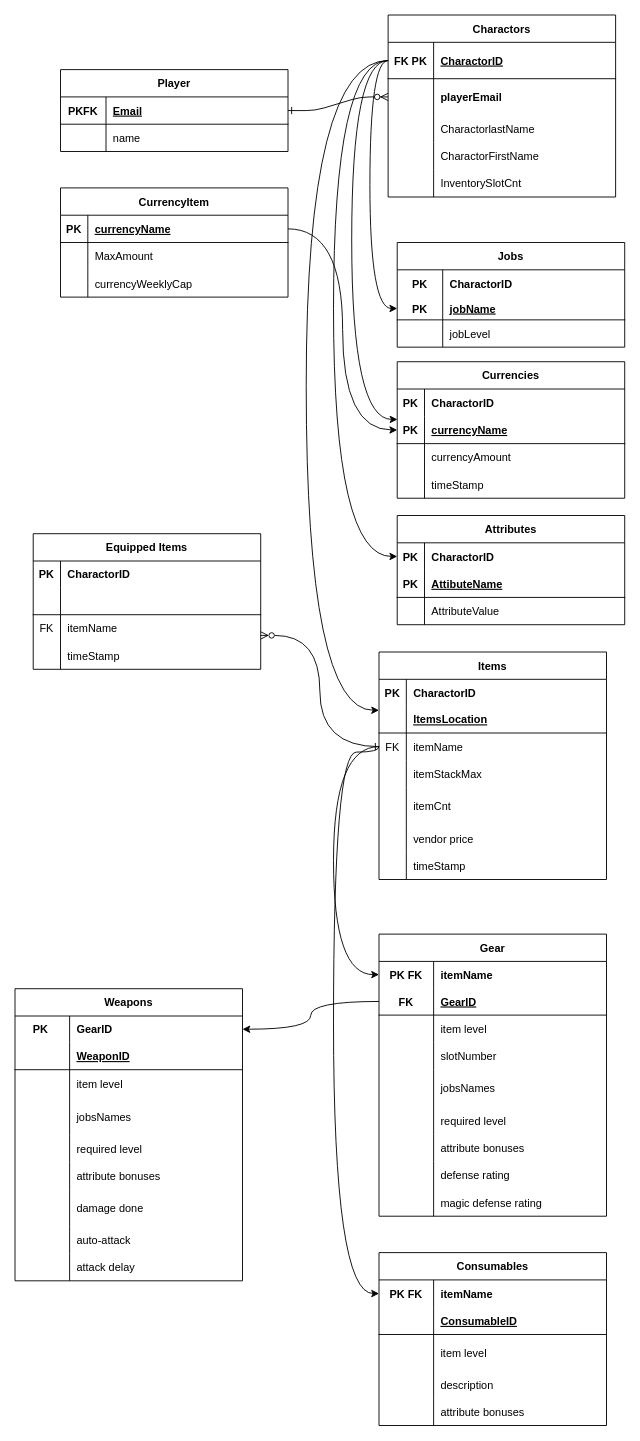
Earlier version of the draw.io diagram HWUntitled Diagram.drawio (ifffShang/5800-hw2). Source tidied: cells renumbered, new cells numbered last; positions are measured from the earlier drawing's top-left corner, leaving out a move shared by most shapes. Both pictures are drawn from the tidied source at 91%, with x=0, y=0 at pixel (15, 15).
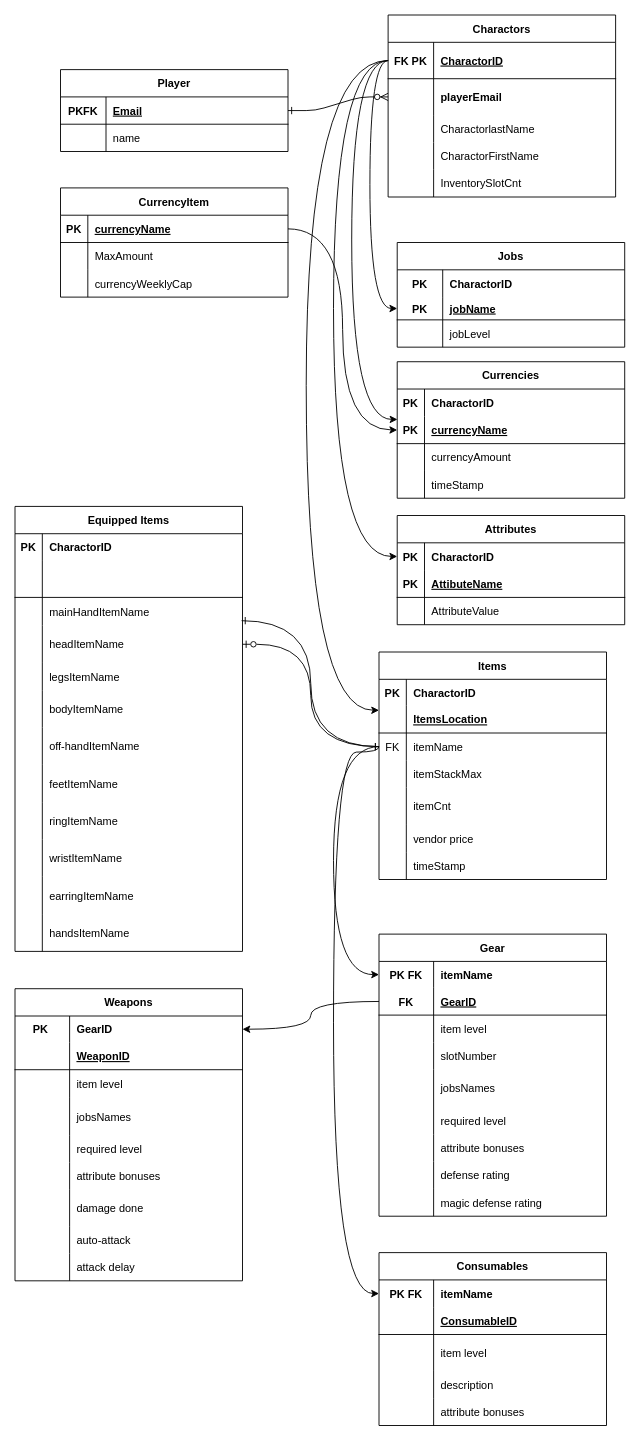
The same diagram, later.

The change refers to these unchanged cells:
```xml
<mxCell id="9" style="shape=partialRectangle;fillColor=none;points=[[0,0.5],[1,0.5]];portConstraint=eastwest;top=0;left=0;right=0;bottom=0;" parent="2" vertex="1">
  <mxGeometry y="89" width="250" height="30" as="geometry" />
</mxCell>
<mxCell id="26" style="shape=partialRectangle;fillColor=none;points=[[0,0.5],[1,0.5]];portConstraint=eastwest;top=0;left=0;right=0;bottom=1;" parent="25" vertex="1">
  <mxGeometry y="30" width="250" height="40" as="geometry" />
</mxCell>
```

Diff of the diagram source:
```diff
@@
-    <mxCell id="160" style="edgeStyle=orthogonalEdgeStyle;rounded=0;jettySize=auto;html=1;exitX=1;exitY=0.75;exitDx=0;exitDy=0;entryX=0;entryY=0.5;entryDx=0;entryDy=0;curved=1;endArrow=ERone;endFill=0;startArrow=ERzeroToMany;startFill=0;" parent="1" edge="1" source="161" target="9">
+    <mxCell id="160" style="edgeStyle=orthogonalEdgeStyle;rounded=0;jettySize=auto;html=1;exitX=0.996;exitY=0.824;exitDx=0;exitDy=0;entryX=0;entryY=0.5;entryDx=0;entryDy=0;curved=1;endArrow=ERone;endFill=0;startArrow=ERone;startFill=0;exitPerimeter=0;" parent="1" edge="1" source="168" target="9">
       <mxGeometry relative="1" as="geometry" />
     </mxCell>
+    <mxCell id="174" value="Attributes" style="shape=table;startSize=30;childLayout=tableLayout;rowLines=0;fontStyle=1;align=center;" parent="1" vertex="1">
+      <mxGeometry x="420" y="550" width="250" height="120" as="geometry" />
+    </mxCell>
+    <mxCell id="175" style="shape=partialRectangle;fillColor=none;points=[[0,0.5],[1,0.5]];portConstraint=eastwest;top=0;left=0;right=0;bottom=0;fontStyle=1;" parent="174" vertex="1">
+      <mxGeometry y="30" width="250" height="30" as="geometry" />
+    </mxCell>
+    <mxCell id="176" value="PK" style="shape=partialRectangle;overflow=hidden;fillColor=none;top=0;left=0;bottom=0;right=0;fontStyle=1;" parent="175" vertex="1">
+      <mxGeometry width="30" height="30" as="geometry" />
+    </mxCell>
+    <mxCell id="177" value="CharactorID" style="shape=partialRectangle;overflow=hidden;fillColor=none;top=0;left=0;bottom=0;right=0;align=left;spacingLeft=6;fontStyle=1;" parent="175" vertex="1">
+      <mxGeometry x="30" width="220" height="30" as="geometry" />
+    </mxCell>
+    <mxCell id="178" style="shape=partialRectangle;fillColor=none;top=0;left=0;right=0;bottom=1;" parent="174" vertex="1">
+      <mxGeometry y="60" width="250" height="30" as="geometry" />
+    </mxCell>
+    <mxCell id="179" value="PK" style="shape=partialRectangle;overflow=hidden;fillColor=none;top=0;left=0;bottom=0;right=0;fontStyle=1;" parent="178" vertex="1">
+      <mxGeometry width="30" height="30" as="geometry" />
+    </mxCell>
+    <mxCell id="180" value="AttibuteName" style="shape=partialRectangle;overflow=hidden;fillColor=none;top=0;left=0;bottom=0;right=0;align=left;spacingLeft=6;fontStyle=5;" parent="178" vertex="1">
+      <mxGeometry x="30" width="220" height="30" as="geometry" />
+    </mxCell>
+    <mxCell id="181" style="shape=partialRectangle;fillColor=none;top=0;left=0;right=0;bottom=0;" parent="174" vertex="1">
+      <mxGeometry y="90" width="250" height="30" as="geometry" />
+    </mxCell>
+    <mxCell id="182" style="shape=partialRectangle;overflow=hidden;fillColor=none;top=0;left=0;bottom=0;right=0;" parent="181" vertex="1">
+      <mxGeometry width="30" height="30" as="geometry" />
+    </mxCell>
+    <mxCell id="183" value="AttributeValue" style="shape=partialRectangle;overflow=hidden;fillColor=none;top=0;left=0;bottom=0;right=0;align=left;spacingLeft=6;" parent="181" vertex="1">
+      <mxGeometry x="30" width="220" height="30" as="geometry" />
+    </mxCell>
+    <mxCell id="184" style="edgeStyle=orthogonalEdgeStyle;rounded=0;jettySize=auto;html=1;exitX=0;exitY=0.5;exitDx=0;exitDy=0;entryX=0;entryY=0.5;entryDx=0;entryDy=0;curved=1;" parent="1" edge="1" source="26" target="175">
+      <mxGeometry relative="1" as="geometry">
+        <Array as="points">
+          <mxPoint x="350" y="50" />
+          <mxPoint x="350" y="595" />
+        </Array>
+      </mxGeometry>
+    </mxCell>
     <mxCell id="161" value="Equipped Items" style="shape=table;startSize=30;childLayout=tableLayout;rowLines=0;fontStyle=1;align=center;" parent="1" vertex="1">
-      <mxGeometry x="20" y="570" width="250" height="149" as="geometry" />
+      <mxGeometry y="540" width="250" height="489" as="geometry" />
     </mxCell>
@@
     <mxCell id="165" style="shape=partialRectangle;fillColor=none;top=0;left=0;right=0;bottom=1;" parent="161" vertex="1">
-      <mxGeometry y="59" width="250" height="30" as="geometry" />
+      <mxGeometry y="59" width="250" height="41" as="geometry" />
     </mxCell>
     <mxCell id="166" style="shape=partialRectangle;overflow=hidden;fillColor=none;top=0;left=0;bottom=0;right=0;fontStyle=1;" parent="165" vertex="1">
-      <mxGeometry width="30" height="30" as="geometry" />
+      <mxGeometry width="30" height="41" as="geometry" />
     </mxCell>
     <mxCell id="167" style="shape=partialRectangle;overflow=hidden;fillColor=none;top=0;left=0;bottom=0;right=0;align=left;spacingLeft=6;fontStyle=5;" parent="165" vertex="1">
-      <mxGeometry x="30" width="220" height="30" as="geometry" />
+      <mxGeometry x="30" width="220" height="41" as="geometry" />
     </mxCell>
     <mxCell id="168" style="shape=partialRectangle;fillColor=none;points=[[0,0.5],[1,0.5]];portConstraint=eastwest;top=0;left=0;right=0;bottom=0;" parent="161" vertex="1">
-      <mxGeometry y="89" width="250" height="30" as="geometry" />
+      <mxGeometry y="100" width="250" height="31" as="geometry" />
     </mxCell>
-    <mxCell id="169" value="FK" style="shape=partialRectangle;overflow=hidden;fillColor=none;top=0;left=0;bottom=0;right=0;" parent="168" vertex="1">
-      <mxGeometry width="30" height="30" as="geometry" />
+    <mxCell id="169" style="shape=partialRectangle;overflow=hidden;fillColor=none;top=0;left=0;bottom=0;right=0;" parent="168" vertex="1">
+      <mxGeometry width="30" height="31" as="geometry" />
     </mxCell>
-    <mxCell id="170" value="itemName" style="shape=partialRectangle;overflow=hidden;fillColor=none;top=0;left=0;bottom=0;right=0;align=left;spacingLeft=6;" parent="168" vertex="1">
-      <mxGeometry x="30" width="220" height="30" as="geometry" />
+    <mxCell id="170" value="mainHandItemName" style="shape=partialRectangle;overflow=hidden;fillColor=none;top=0;left=0;bottom=0;right=0;align=left;spacingLeft=6;" parent="168" vertex="1">
+      <mxGeometry x="30" width="220" height="31" as="geometry" />
     </mxCell>
     <mxCell id="171" style="shape=partialRectangle;fillColor=none;points=[[0,0.5],[1,0.5]];portConstraint=eastwest;top=0;left=0;right=0;bottom=0;" parent="161" vertex="1">
-      <mxGeometry y="119" width="250" height="30" as="geometry" />
+      <mxGeometry y="131" width="250" height="41" as="geometry" />
     </mxCell>
     <mxCell id="172" style="shape=partialRectangle;overflow=hidden;fillColor=none;top=0;left=0;bottom=0;right=0;" parent="171" vertex="1">
-      <mxGeometry width="30" height="30" as="geometry" />
+      <mxGeometry width="30" height="41" as="geometry" />
     </mxCell>
-    <mxCell id="173" value="timeStamp" style="shape=partialRectangle;overflow=hidden;fillColor=none;top=0;left=0;bottom=0;right=0;align=left;spacingLeft=6;" parent="171" vertex="1">
-      <mxGeometry x="30" width="220" height="30" as="geometry" />
+    <mxCell id="173" value="headItemName" style="shape=partialRectangle;overflow=hidden;fillColor=none;top=0;left=0;bottom=0;right=0;align=left;spacingLeft=6;" parent="171" vertex="1">
+      <mxGeometry x="30" width="220" height="41" as="geometry" />
     </mxCell>
-    <mxCell id="174" value="Attributes" style="shape=table;startSize=30;childLayout=tableLayout;rowLines=0;fontStyle=1;align=center;" parent="1" vertex="1">
-      <mxGeometry x="420" y="550" width="250" height="120" as="geometry" />
-    </mxCell>
-    <mxCell id="175" style="shape=partialRectangle;fillColor=none;points=[[0,0.5],[1,0.5]];portConstraint=eastwest;top=0;left=0;right=0;bottom=0;fontStyle=1;" parent="174" vertex="1">
-      <mxGeometry y="30" width="250" height="30" as="geometry" />
-    </mxCell>
-    <mxCell id="176" value="PK" style="shape=partialRectangle;overflow=hidden;fillColor=none;top=0;left=0;bottom=0;right=0;fontStyle=1;" parent="175" vertex="1">
-      <mxGeometry width="30" height="30" as="geometry" />
-    </mxCell>
-    <mxCell id="177" value="CharactorID" style="shape=partialRectangle;overflow=hidden;fillColor=none;top=0;left=0;bottom=0;right=0;align=left;spacingLeft=6;fontStyle=1;" parent="175" vertex="1">
-      <mxGeometry x="30" width="220" height="30" as="geometry" />
-    </mxCell>
-    <mxCell id="178" style="shape=partialRectangle;fillColor=none;top=0;left=0;right=0;bottom=1;" parent="174" vertex="1">
-      <mxGeometry y="60" width="250" height="30" as="geometry" />
-    </mxCell>
-    <mxCell id="179" value="PK" style="shape=partialRectangle;overflow=hidden;fillColor=none;top=0;left=0;bottom=0;right=0;fontStyle=1;" parent="178" vertex="1">
-      <mxGeometry width="30" height="30" as="geometry" />
-    </mxCell>
-    <mxCell id="180" value="AttibuteName" style="shape=partialRectangle;overflow=hidden;fillColor=none;top=0;left=0;bottom=0;right=0;align=left;spacingLeft=6;fontStyle=5;" parent="178" vertex="1">
-      <mxGeometry x="30" width="220" height="30" as="geometry" />
-    </mxCell>
-    <mxCell id="181" style="shape=partialRectangle;fillColor=none;top=0;left=0;right=0;bottom=0;" parent="174" vertex="1">
-      <mxGeometry y="90" width="250" height="30" as="geometry" />
-    </mxCell>
-    <mxCell id="182" style="shape=partialRectangle;overflow=hidden;fillColor=none;top=0;left=0;bottom=0;right=0;" parent="181" vertex="1">
-      <mxGeometry width="30" height="30" as="geometry" />
-    </mxCell>
-    <mxCell id="183" value="AttributeValue" style="shape=partialRectangle;overflow=hidden;fillColor=none;top=0;left=0;bottom=0;right=0;align=left;spacingLeft=6;" parent="181" vertex="1">
-      <mxGeometry x="30" width="220" height="30" as="geometry" />
-    </mxCell>
-    <mxCell id="184" style="edgeStyle=orthogonalEdgeStyle;rounded=0;jettySize=auto;html=1;exitX=0;exitY=0.5;exitDx=0;exitDy=0;entryX=0;entryY=0.5;entryDx=0;entryDy=0;curved=1;" parent="1" edge="1" source="26" target="175">
-      <mxGeometry relative="1" as="geometry">
-        <Array as="points">
-          <mxPoint x="350" y="50" />
-          <mxPoint x="350" y="595" />
-        </Array>
-      </mxGeometry>
-    </mxCell>
+    <mxCell id="185" style="shape=partialRectangle;fillColor=none;top=0;left=0;right=0;bottom=0;" parent="161" vertex="1">
+      <mxGeometry y="172" width="250" height="30" as="geometry" />
+    </mxCell>
+    <mxCell id="186" style="shape=partialRectangle;overflow=hidden;fillColor=none;top=0;left=0;bottom=0;right=0;" parent="185" vertex="1">
+      <mxGeometry width="30" height="30" as="geometry" />
+    </mxCell>
+    <mxCell id="187" value="legsItemName" style="shape=partialRectangle;overflow=hidden;fillColor=none;top=0;left=0;bottom=0;right=0;align=left;spacingLeft=6;" parent="185" vertex="1">
+      <mxGeometry x="30" width="220" height="30" as="geometry" />
+    </mxCell>
+    <mxCell id="188" style="shape=partialRectangle;fillColor=none;top=0;left=0;right=0;bottom=0;" parent="161" vertex="1">
+      <mxGeometry y="202" width="250" height="41" as="geometry" />
+    </mxCell>
+    <mxCell id="189" style="shape=partialRectangle;overflow=hidden;fillColor=none;top=0;left=0;bottom=0;right=0;" parent="188" vertex="1">
+      <mxGeometry width="30" height="41" as="geometry" />
+    </mxCell>
+    <mxCell id="190" value="bodyItemName" style="shape=partialRectangle;overflow=hidden;fillColor=none;top=0;left=0;bottom=0;right=0;align=left;spacingLeft=6;" parent="188" vertex="1">
+      <mxGeometry x="30" width="220" height="41" as="geometry" />
+    </mxCell>
+    <mxCell id="191" style="shape=partialRectangle;fillColor=none;top=0;left=0;right=0;bottom=0;" parent="161" vertex="1">
+      <mxGeometry y="243" width="250" height="41" as="geometry" />
+    </mxCell>
+    <mxCell id="192" style="shape=partialRectangle;overflow=hidden;fillColor=none;top=0;left=0;bottom=0;right=0;" parent="191" vertex="1">
+      <mxGeometry width="30" height="41" as="geometry" />
+    </mxCell>
+    <mxCell id="193" value="off-handItemName" style="shape=partialRectangle;overflow=hidden;fillColor=none;top=0;left=0;bottom=0;right=0;align=left;spacingLeft=6;" parent="191" vertex="1">
+      <mxGeometry x="30" width="220" height="41" as="geometry" />
+    </mxCell>
+    <mxCell id="194" style="shape=partialRectangle;fillColor=none;top=0;left=0;right=0;bottom=0;" parent="161" vertex="1">
+      <mxGeometry y="284" width="250" height="41" as="geometry" />
+    </mxCell>
+    <mxCell id="195" style="shape=partialRectangle;overflow=hidden;fillColor=none;top=0;left=0;bottom=0;right=0;" parent="194" vertex="1">
+      <mxGeometry width="30" height="41" as="geometry" />
+    </mxCell>
+    <mxCell id="196" value="feetItemName" style="shape=partialRectangle;overflow=hidden;fillColor=none;top=0;left=0;bottom=0;right=0;align=left;spacingLeft=6;" parent="194" vertex="1">
+      <mxGeometry x="30" width="220" height="41" as="geometry" />
+    </mxCell>
+    <mxCell id="197" style="shape=partialRectangle;fillColor=none;top=0;left=0;right=0;bottom=0;" parent="161" vertex="1">
+      <mxGeometry y="325" width="250" height="41" as="geometry" />
+    </mxCell>
+    <mxCell id="198" style="shape=partialRectangle;overflow=hidden;fillColor=none;top=0;left=0;bottom=0;right=0;" parent="197" vertex="1">
+      <mxGeometry width="30" height="41" as="geometry" />
+    </mxCell>
+    <mxCell id="199" value="ringItemName" style="shape=partialRectangle;overflow=hidden;fillColor=none;top=0;left=0;bottom=0;right=0;align=left;spacingLeft=6;" parent="197" vertex="1">
+      <mxGeometry x="30" width="220" height="41" as="geometry" />
+    </mxCell>
+    <mxCell id="200" style="shape=partialRectangle;fillColor=none;top=0;left=0;right=0;bottom=0;" parent="161" vertex="1">
+      <mxGeometry y="366" width="250" height="41" as="geometry" />
+    </mxCell>
+    <mxCell id="201" style="shape=partialRectangle;overflow=hidden;fillColor=none;top=0;left=0;bottom=0;right=0;" parent="200" vertex="1">
+      <mxGeometry width="30" height="41" as="geometry" />
+    </mxCell>
+    <mxCell id="202" value="wristItemName" style="shape=partialRectangle;overflow=hidden;fillColor=none;top=0;left=0;bottom=0;right=0;align=left;spacingLeft=6;" parent="200" vertex="1">
+      <mxGeometry x="30" width="220" height="41" as="geometry" />
+    </mxCell>
+    <mxCell id="203" style="shape=partialRectangle;fillColor=none;top=0;left=0;right=0;bottom=0;" parent="161" vertex="1">
+      <mxGeometry y="407" width="250" height="41" as="geometry" />
+    </mxCell>
+    <mxCell id="204" style="shape=partialRectangle;overflow=hidden;fillColor=none;top=0;left=0;bottom=0;right=0;" parent="203" vertex="1">
+      <mxGeometry width="30" height="41" as="geometry" />
+    </mxCell>
+    <mxCell id="205" value="earringItemName" style="shape=partialRectangle;overflow=hidden;fillColor=none;top=0;left=0;bottom=0;right=0;align=left;spacingLeft=6;" parent="203" vertex="1">
+      <mxGeometry x="30" width="220" height="41" as="geometry" />
+    </mxCell>
+    <mxCell id="206" style="shape=partialRectangle;fillColor=none;top=0;left=0;right=0;bottom=0;" parent="161" vertex="1">
+      <mxGeometry y="448" width="250" height="41" as="geometry" />
+    </mxCell>
+    <mxCell id="207" style="shape=partialRectangle;overflow=hidden;fillColor=none;top=0;left=0;bottom=0;right=0;" parent="206" vertex="1">
+      <mxGeometry width="30" height="41" as="geometry" />
+    </mxCell>
+    <mxCell id="208" value="handsItemName" style="shape=partialRectangle;overflow=hidden;fillColor=none;top=0;left=0;bottom=0;right=0;align=left;spacingLeft=6;" parent="206" vertex="1">
+      <mxGeometry x="30" width="220" height="41" as="geometry" />
+    </mxCell>
+    <mxCell id="209" style="edgeStyle=orthogonalEdgeStyle;rounded=0;jettySize=auto;html=1;exitX=1;exitY=0.5;exitDx=0;exitDy=0;entryX=0;entryY=0.5;entryDx=0;entryDy=0;curved=1;endArrow=ERone;endFill=0;startArrow=ERzeroToOne;startFill=0;" parent="1" edge="1" source="171" target="9">
+      <mxGeometry relative="1" as="geometry" />
+    </mxCell>
```
